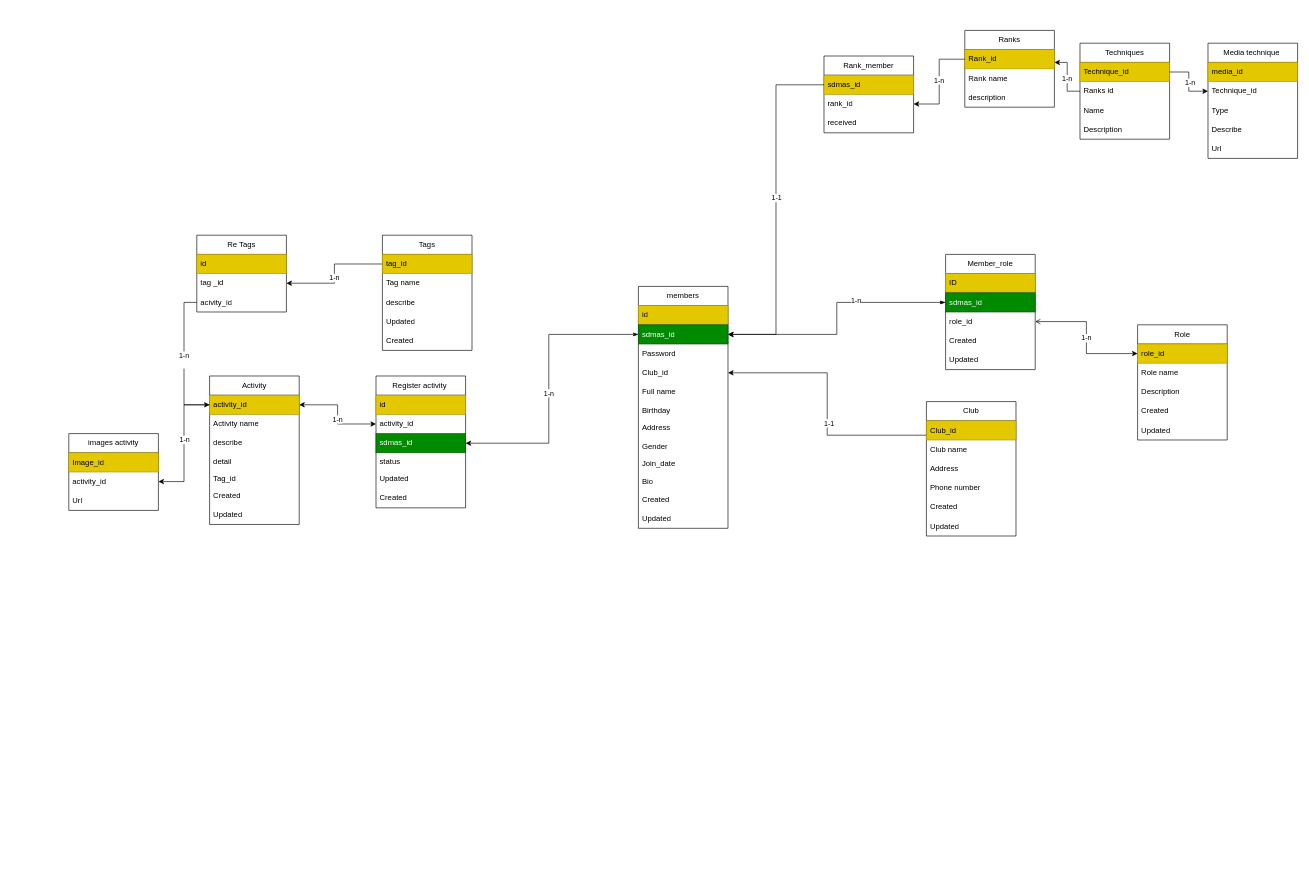
The draw.io diagram page "Database Diagram" (2 of 2) of SDMAS-diagram.drawio in 710coud710/Diagram, before the edit. Source tidied: cells renumbered, new cells numbered last; positions are measured from the earlier drawing's top-left corner, leaving out a move shared by most shapes. Both pictures are drawn from the tidied source at 64%, with x=0, y=0 at pixel (68, 30).
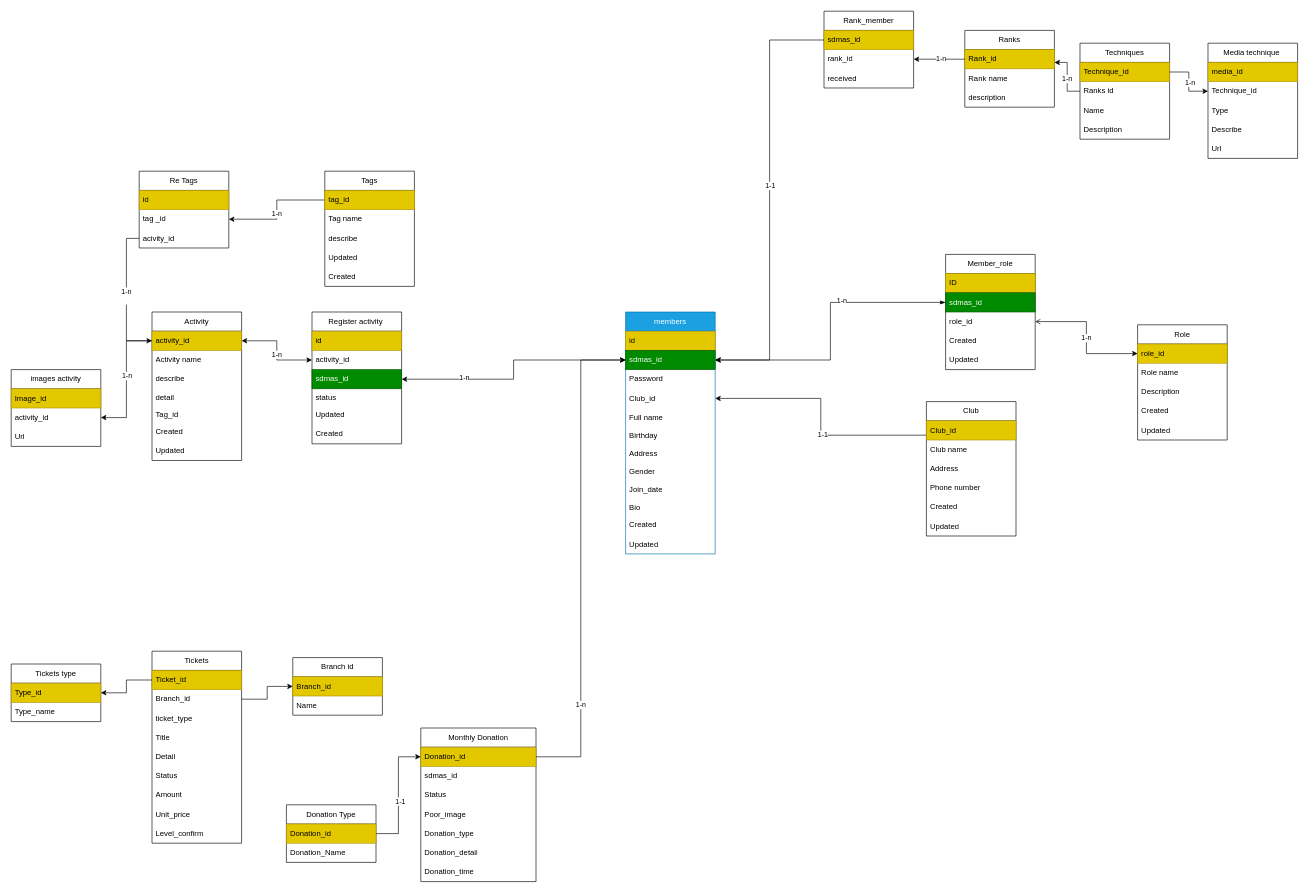
The same page after the edit.

The change refers to these unchanged cells:
```xml
<mxCell id="4" value="sdmas_id" style="text;strokeColor=#005700;fillColor=#008a00;align=left;verticalAlign=middle;spacingLeft=4;spacingRight=4;overflow=hidden;points=[[0,0.5],[1,0.5]];portConstraint=eastwest;whiteSpace=wrap;html=1;fontColor=#ffffff;" parent="2" vertex="1">
  <mxGeometry y="60" width="140" height="30" as="geometry" />
</mxCell>
<mxCell id="59" value="sdmas_id" style="text;strokeColor=#005700;fillColor=#008a00;align=left;verticalAlign=middle;spacingLeft=4;spacingRight=4;overflow=hidden;points=[[0,0.5],[1,0.5]];portConstraint=eastwest;whiteSpace=wrap;html=1;fontColor=#ffffff;" parent="56" vertex="1">
  <mxGeometry y="90" width="140" height="30" as="geometry" />
</mxCell>
```

The edit, as a diff of the source:
```diff
@@
-    <mxCell id="2" value="members" style="swimlane;fontStyle=0;horizontal=1;startSize=30;whiteSpace=wrap;html=1;" parent="1" vertex="1">
-      <mxGeometry x="890" y="400" width="140" height="378" as="geometry" />
+    <mxCell id="2" value="members" style="swimlane;fontStyle=0;horizontal=1;startSize=30;whiteSpace=wrap;html=1;fillColor=#1ba1e2;fontColor=#ffffff;strokeColor=#006EAF;" parent="1" vertex="1">
+      <mxGeometry x="870" y="440" width="140" height="378" as="geometry" />
     </mxCell>
@@
     <mxCell id="40" value="Activity" style="swimlane;fontStyle=0;horizontal=1;startSize=30;whiteSpace=wrap;html=1;" parent="1" vertex="1">
-      <mxGeometry x="220" y="540" width="140" height="232" as="geometry" />
+      <mxGeometry x="130" y="440" width="140" height="232" as="geometry" />
     </mxCell>
@@
     <mxCell id="50" value="Tags" style="swimlane;fontStyle=0;horizontal=1;startSize=30;whiteSpace=wrap;html=1;" parent="1" vertex="1">
-      <mxGeometry x="490" y="320" width="140" height="180" as="geometry" />
+      <mxGeometry x="400" y="220" width="140" height="180" as="geometry" />
     </mxCell>
@@
     <mxCell id="56" value="Register activity&amp;nbsp;" style="swimlane;fontStyle=0;horizontal=1;startSize=30;whiteSpace=wrap;html=1;" parent="1" vertex="1">
-      <mxGeometry x="480" y="540" width="140" height="206" as="geometry" />
+      <mxGeometry x="380" y="440" width="140" height="206" as="geometry" />
     </mxCell>
@@
-    <mxCell id="63" style="edgeStyle=orthogonalEdgeStyle;rounded=0;jettySize=auto;html=1;startArrow=classicThin;startFill=1;" parent="1" edge="1" source="4" target="59">
-      <mxGeometry relative="1" as="geometry">
-        <Array as="points">
-          <mxPoint x="750" y="475" />
-          <mxPoint x="750" y="645" />
-        </Array>
-      </mxGeometry>
-    </mxCell>
-    <mxCell id="64" value="1-n" style="edgeLabel;html=1;align=center;verticalAlign=middle;" parent="63" vertex="1">
-      <mxGeometry x="0.05" y="-1" relative="1" as="geometry" />
-    </mxCell>
@@
     <mxCell id="67" value="Re Tags" style="swimlane;fontStyle=0;horizontal=1;startSize=30;whiteSpace=wrap;html=1;" parent="1" vertex="1">
-      <mxGeometry x="200" y="320" width="140" height="120" as="geometry" />
+      <mxGeometry x="110" y="220" width="140" height="120" as="geometry" />
     </mxCell>
@@
     <mxCell id="76" value="Rank_member" style="swimlane;fontStyle=0;horizontal=1;startSize=30;whiteSpace=wrap;html=1;" parent="1" vertex="1">
-      <mxGeometry x="1180" y="40" width="140" height="120" as="geometry" />
+      <mxGeometry x="1180" y="-30" width="140" height="120" as="geometry" />
     </mxCell>
@@
     <mxCell id="97" value="images activity" style="swimlane;fontStyle=0;horizontal=1;startSize=30;whiteSpace=wrap;html=1;" parent="1" vertex="1">
-      <mxGeometry y="630" width="140" height="120" as="geometry" />
+      <mxGeometry x="-90" y="530" width="140" height="120" as="geometry" />
     </mxCell>
@@
+    <mxCell id="105" value="Monthly Donation " style="swimlane;fontStyle=0;horizontal=1;startSize=30;whiteSpace=wrap;html=1;" parent="1" vertex="1">
+      <mxGeometry x="550" y="1090" width="180" height="240" as="geometry" />
+    </mxCell>
+    <mxCell id="106" value="Donation_id" style="text;strokeColor=#B09500;fillColor=#e3c800;align=left;verticalAlign=middle;spacingLeft=4;spacingRight=4;overflow=hidden;points=[[0,0.5],[1,0.5]];portConstraint=eastwest;whiteSpace=wrap;html=1;fontColor=#000000;" parent="105" vertex="1">
+      <mxGeometry y="30" width="180" height="30" as="geometry" />
+    </mxCell>
+    <mxCell id="107" value="sdmas_id" style="text;strokeColor=none;fillColor=none;align=left;verticalAlign=middle;spacingLeft=4;spacingRight=4;overflow=hidden;whiteSpace=wrap;html=1;" parent="105" vertex="1">
+      <mxGeometry y="60" width="180" height="30" as="geometry" />
+    </mxCell>
+    <mxCell id="108" value="Status" style="text;strokeColor=none;fillColor=none;align=left;verticalAlign=middle;spacingLeft=4;spacingRight=4;overflow=hidden;whiteSpace=wrap;html=1;" parent="105" vertex="1">
+      <mxGeometry y="90" width="180" height="30" as="geometry" />
+    </mxCell>
+    <mxCell id="109" value="Poor_image" style="text;strokeColor=none;fillColor=none;align=left;verticalAlign=middle;spacingLeft=4;spacingRight=4;overflow=hidden;whiteSpace=wrap;html=1;" parent="105" vertex="1">
+      <mxGeometry y="120" width="180" height="30" as="geometry" />
+    </mxCell>
+    <mxCell id="110" value="Donation_type" style="text;strokeColor=none;fillColor=none;align=left;verticalAlign=middle;spacingLeft=4;spacingRight=4;overflow=hidden;whiteSpace=wrap;html=1;" parent="105" vertex="1">
+      <mxGeometry y="150" width="180" height="30" as="geometry" />
+    </mxCell>
+    <mxCell id="111" value="Donation_detail" style="text;strokeColor=none;fillColor=none;align=left;verticalAlign=middle;spacingLeft=4;spacingRight=4;overflow=hidden;whiteSpace=wrap;html=1;" parent="105" vertex="1">
+      <mxGeometry y="180" width="180" height="30" as="geometry" />
+    </mxCell>
+    <mxCell id="112" value="Donation_time" style="text;strokeColor=none;fillColor=none;align=left;verticalAlign=middle;spacingLeft=4;spacingRight=4;overflow=hidden;whiteSpace=wrap;html=1;" parent="105" vertex="1">
+      <mxGeometry y="210" width="180" height="30" as="geometry" />
+    </mxCell>
+    <mxCell id="113" style="edgeStyle=orthogonalEdgeStyle;rounded=0;jettySize=auto;html=1;exitX=1;exitY=0.5;exitDx=0;exitDy=0;" parent="1" edge="1" source="106" target="4">
+      <mxGeometry relative="1" as="geometry" />
+    </mxCell>
+    <mxCell id="64" value="1-n" style="edgeLabel;html=1;align=center;verticalAlign=middle;" parent="113" vertex="1">
+      <mxGeometry x="-0.6" y="1" relative="1" as="geometry" />
+    </mxCell>
+    <mxCell id="114" style="edgeStyle=orthogonalEdgeStyle;rounded=0;jettySize=auto;html=1;exitX=1;exitY=0.5;exitDx=0;exitDy=0;entryX=0;entryY=0.5;entryDx=0;entryDy=0;" parent="1" edge="1" source="116" target="106">
+      <mxGeometry relative="1" as="geometry" />
+    </mxCell>
+    <mxCell id="115" value="1-1" style="edgeLabel;html=1;align=center;verticalAlign=middle;" parent="114" vertex="1">
+      <mxGeometry x="-0.09" y="-2" relative="1" as="geometry" />
+    </mxCell>
+    <mxCell id="116" value="Donation Type" style="swimlane;fontStyle=0;horizontal=1;startSize=30;whiteSpace=wrap;html=1;" parent="1" vertex="1">
+      <mxGeometry x="340" y="1210" width="140" height="90" as="geometry" />
+    </mxCell>
+    <mxCell id="117" value="Donation_id" style="text;strokeColor=#B09500;fillColor=#e3c800;align=left;verticalAlign=middle;spacingLeft=4;spacingRight=4;overflow=hidden;whiteSpace=wrap;html=1;fontColor=#000000;" parent="116" vertex="1">
+      <mxGeometry y="30" width="140" height="30" as="geometry" />
+    </mxCell>
+    <mxCell id="118" value="Donation_Name" style="text;strokeColor=none;fillColor=none;align=left;verticalAlign=middle;spacingLeft=4;spacingRight=4;overflow=hidden;whiteSpace=wrap;html=1;" parent="116" vertex="1">
+      <mxGeometry y="60" width="140" height="30" as="geometry" />
+    </mxCell>
+    <mxCell id="119" value="Tickets" style="swimlane;fontStyle=0;horizontal=1;startSize=30;whiteSpace=wrap;html=1;" parent="1" vertex="1">
+      <mxGeometry x="130" y="970" width="140" height="300" as="geometry" />
+    </mxCell>
+    <mxCell id="120" value="Ticket_id" style="text;strokeColor=#B09500;fillColor=#e3c800;align=left;verticalAlign=middle;spacingLeft=4;spacingRight=4;overflow=hidden;points=[[0,0.5],[1,0.5]];portConstraint=eastwest;whiteSpace=wrap;html=1;fontColor=#000000;" parent="119" vertex="1">
+      <mxGeometry y="30" width="140" height="30" as="geometry" />
+    </mxCell>
+    <mxCell id="121" value="Branch_id" style="text;strokeColor=none;fillColor=none;align=left;verticalAlign=middle;spacingLeft=4;spacingRight=4;overflow=hidden;points=[[0,0.5],[1,0.5]];portConstraint=eastwest;whiteSpace=wrap;html=1;" parent="119" vertex="1">
+      <mxGeometry y="60" width="140" height="30" as="geometry" />
+    </mxCell>
+    <mxCell id="122" value="ticket_type" style="text;strokeColor=none;fillColor=none;align=left;verticalAlign=middle;spacingLeft=4;spacingRight=4;overflow=hidden;whiteSpace=wrap;html=1;" parent="119" vertex="1">
+      <mxGeometry y="90" width="140" height="30" as="geometry" />
+    </mxCell>
+    <mxCell id="123" value="Title" style="text;strokeColor=none;fillColor=none;align=left;verticalAlign=middle;spacingLeft=4;spacingRight=4;overflow=hidden;whiteSpace=wrap;html=1;" parent="119" vertex="1">
+      <mxGeometry y="120" width="140" height="30" as="geometry" />
+    </mxCell>
+    <mxCell id="124" value="Detail" style="text;strokeColor=none;fillColor=none;align=left;verticalAlign=middle;spacingLeft=4;spacingRight=4;overflow=hidden;whiteSpace=wrap;html=1;" parent="119" vertex="1">
+      <mxGeometry y="150" width="140" height="30" as="geometry" />
+    </mxCell>
+    <mxCell id="125" value="Status" style="text;strokeColor=none;fillColor=none;align=left;verticalAlign=middle;spacingLeft=4;spacingRight=4;overflow=hidden;whiteSpace=wrap;html=1;" parent="119" vertex="1">
+      <mxGeometry y="180" width="140" height="30" as="geometry" />
+    </mxCell>
+    <mxCell id="126" value="Amount" style="text;strokeColor=none;fillColor=none;align=left;verticalAlign=middle;spacingLeft=4;spacingRight=4;overflow=hidden;whiteSpace=wrap;html=1;" parent="119" vertex="1">
+      <mxGeometry y="210" width="140" height="30" as="geometry" />
+    </mxCell>
+    <mxCell id="127" value="Unit_price" style="text;strokeColor=none;fillColor=none;align=left;verticalAlign=middle;spacingLeft=4;spacingRight=4;overflow=hidden;whiteSpace=wrap;html=1;" parent="119" vertex="1">
+      <mxGeometry y="240" width="140" height="30" as="geometry" />
+    </mxCell>
+    <mxCell id="128" value="Level_confirm " style="text;strokeColor=none;fillColor=none;align=left;verticalAlign=middle;spacingLeft=4;spacingRight=4;overflow=hidden;whiteSpace=wrap;html=1;" parent="119" vertex="1">
+      <mxGeometry y="270" width="140" height="30" as="geometry" />
+    </mxCell>
+    <mxCell id="129" style="edgeStyle=orthogonalEdgeStyle;rounded=0;jettySize=auto;html=1;exitX=1;exitY=0.5;exitDx=0;exitDy=0;startArrow=classic;startFill=1;" parent="1" edge="1" source="59" target="4">
+      <mxGeometry relative="1" as="geometry" />
+    </mxCell>
+    <mxCell id="130" value="&lt;div&gt;1-n&lt;/div&gt;&lt;div&gt;&lt;br&gt;&lt;/div&gt;" style="edgeLabel;html=1;align=center;verticalAlign=middle;" parent="129" vertex="1">
+      <mxGeometry x="-0.49" y="-3" relative="1" as="geometry" />
+    </mxCell>
+    <mxCell id="131" style="edgeStyle=orthogonalEdgeStyle;rounded=0;jettySize=auto;html=1;exitX=1;exitY=0.5;exitDx=0;exitDy=0;entryX=0;entryY=0.5;entryDx=0;entryDy=0;" parent="1" edge="1" source="121" target="133">
+      <mxGeometry relative="1" as="geometry" />
+    </mxCell>
+    <mxCell id="132" value="Branch id" style="swimlane;fontStyle=0;horizontal=1;startSize=30;whiteSpace=wrap;html=1;" parent="1" vertex="1">
+      <mxGeometry x="350" y="980" width="140" height="90" as="geometry" />
+    </mxCell>
+    <mxCell id="133" value="Branch_id" style="text;strokeColor=#B09500;fillColor=#e3c800;align=left;verticalAlign=middle;spacingLeft=4;spacingRight=4;overflow=hidden;points=[[0,0.5],[1,0.5]];portConstraint=eastwest;whiteSpace=wrap;html=1;fontColor=#000000;" parent="132" vertex="1">
+      <mxGeometry y="30" width="140" height="30" as="geometry" />
+    </mxCell>
+    <mxCell id="134" value="Name" style="text;strokeColor=none;fillColor=none;align=left;verticalAlign=middle;spacingLeft=4;spacingRight=4;overflow=hidden;whiteSpace=wrap;html=1;" parent="132" vertex="1">
+      <mxGeometry y="60" width="140" height="30" as="geometry" />
+    </mxCell>
+    <mxCell id="135" value="Tickets type" style="swimlane;fontStyle=0;horizontal=1;startSize=30;whiteSpace=wrap;html=1;" parent="1" vertex="1">
+      <mxGeometry x="-90" y="990" width="140" height="90" as="geometry" />
+    </mxCell>
+    <mxCell id="136" value="Type_id" style="text;strokeColor=#B09500;fillColor=#e3c800;align=left;verticalAlign=middle;spacingLeft=4;spacingRight=4;overflow=hidden;whiteSpace=wrap;html=1;fontColor=#000000;" parent="135" vertex="1">
+      <mxGeometry y="30" width="140" height="30" as="geometry" />
+    </mxCell>
+    <mxCell id="137" value="Type_name" style="text;strokeColor=none;fillColor=none;align=left;verticalAlign=middle;spacingLeft=4;spacingRight=4;overflow=hidden;whiteSpace=wrap;html=1;" parent="135" vertex="1">
+      <mxGeometry y="60" width="140" height="30" as="geometry" />
+    </mxCell>
+    <mxCell id="138" style="edgeStyle=orthogonalEdgeStyle;rounded=0;jettySize=auto;html=1;exitX=0;exitY=0.5;exitDx=0;exitDy=0;entryX=1;entryY=0.5;entryDx=0;entryDy=0;" parent="1" edge="1" source="120" target="135">
+      <mxGeometry relative="1" as="geometry" />
+    </mxCell>
```
